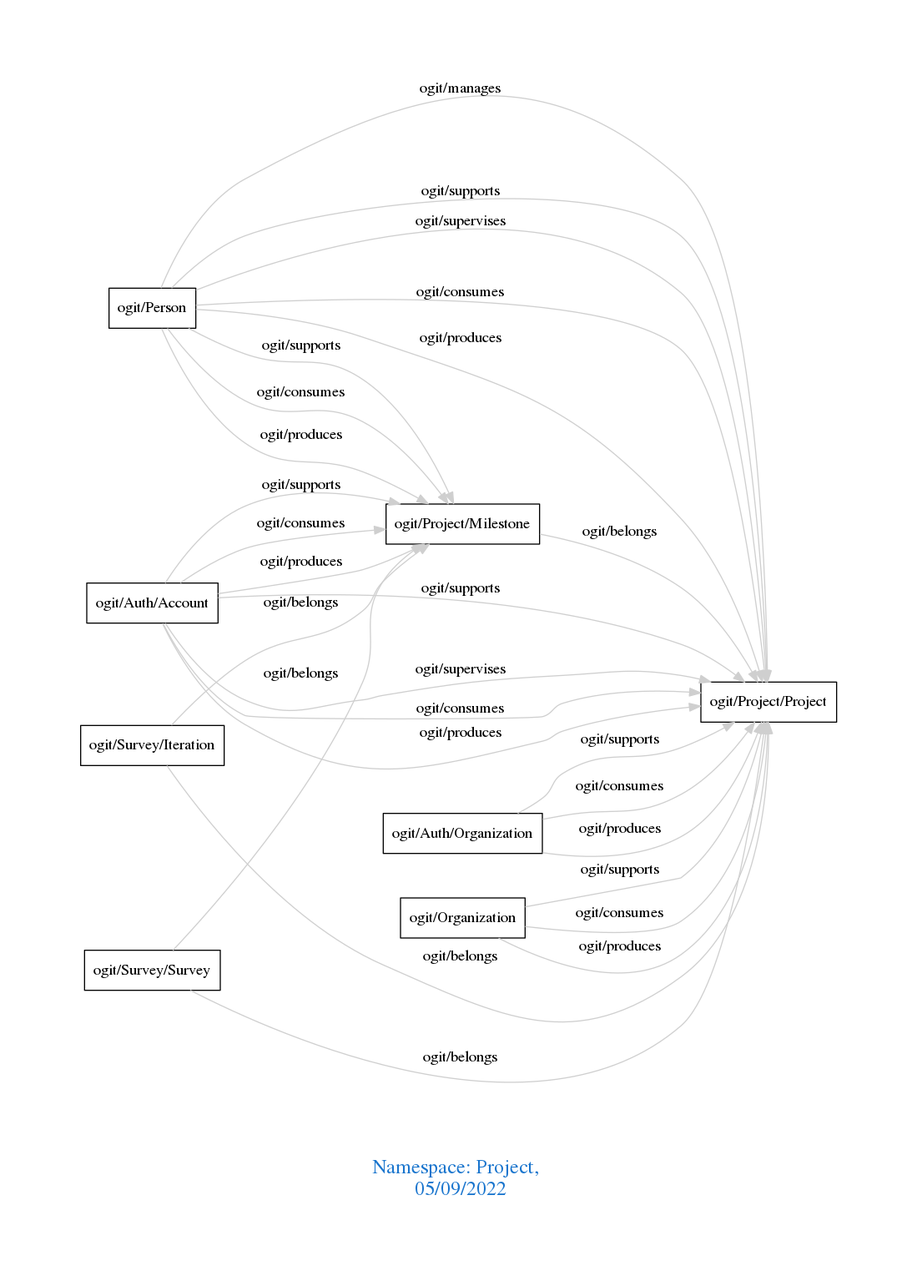
Above: downloads/Project.png in arago/OGIT (Graphviz), before the change. Its source is kept beside it as downloads/Project.dot.
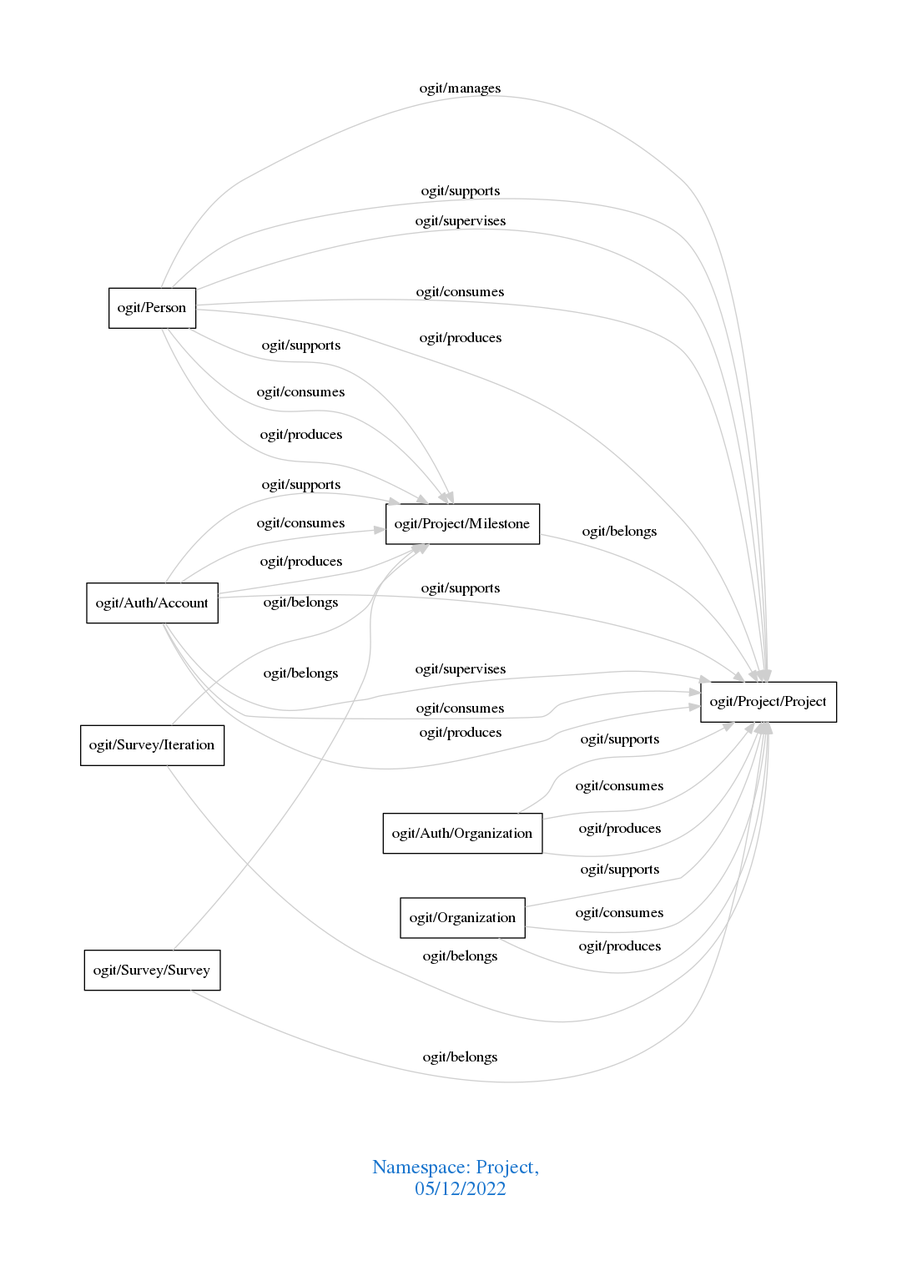
The same file after the commit.

Change to the diagram source:
```diff
@@ -1,7 +1,7 @@
 digraph OGIT_ontology {
  graph [ rankdir= LR,pad=1
 fontsize = 18,
-fontcolor= dodgerblue3,label = "\n\n\nNamespace: Project, \n 05/09/2022"];
+fontcolor= dodgerblue3,label = "\n\n\nNamespace: Project, \n 05/12/2022"];
 node[shape=polygon];
 edge [  color="gray81"];
 
```
